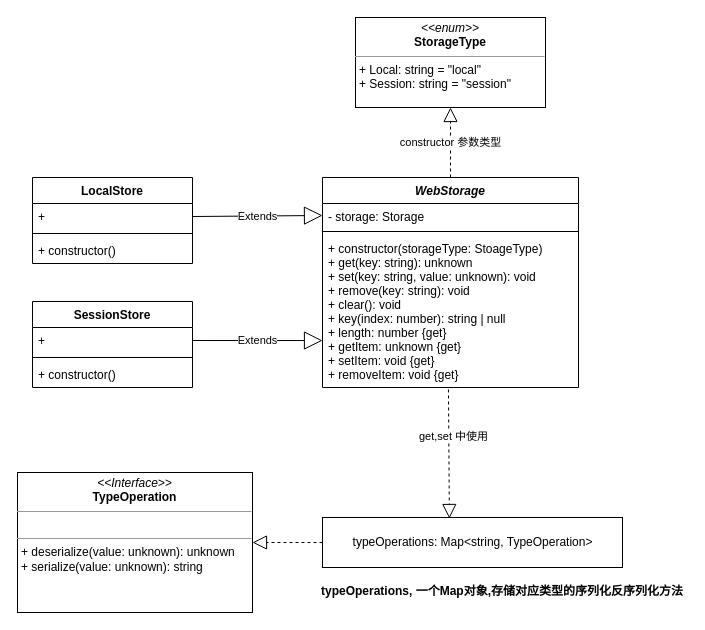
chengbotao/web-storage-adapter keeps this draw.io diagram as webStorage.dio. Above is the earlier version. Source tidied: cells renumbered, new cells numbered last; positions are measured from the earlier drawing's top-left corner, leaving out a move shared by most shapes. Both pictures are drawn from the tidied source at 100%, with x=0, y=0 at pixel (17, 17).
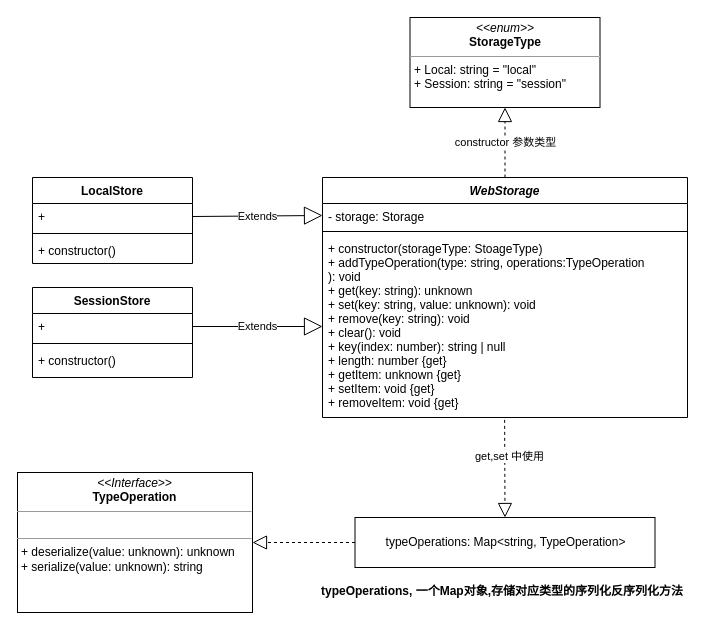
The same diagram, later.

Unchanged cells that the change refers to:
```xml
<mxCell id="7" value="+ " style="text;strokeColor=none;fillColor=none;align=left;verticalAlign=top;spacingLeft=4;spacingRight=4;overflow=hidden;points=[[0,0.5],[1,0.5]];portConstraint=eastwest;" parent="6" vertex="1">
  <mxGeometry y="26" width="160" height="26" as="geometry" />
</mxCell>
```

What changed in the source:
```diff
@@
     <mxCell id="2" value="WebStorage" style="swimlane;fontStyle=3;align=center;verticalAlign=top;horizontal=1;startSize=26;" parent="1" vertex="1">
-      <mxGeometry x="305" y="160" width="256" height="210" as="geometry" />
+      <mxGeometry x="305" y="160" width="365" height="240" as="geometry" />
     </mxCell>
     <mxCell id="3" value="- storage: Storage" style="text;strokeColor=none;fillColor=none;align=left;verticalAlign=top;spacingLeft=4;spacingRight=4;overflow=hidden;points=[[0,0.5],[1,0.5]];portConstraint=eastwest;" parent="2" vertex="1">
-      <mxGeometry y="26" width="256" height="24" as="geometry" />
+      <mxGeometry y="26" width="365" height="24" as="geometry" />
     </mxCell>
     <mxCell id="4" style="line;strokeWidth=1;fillColor=none;align=left;verticalAlign=middle;spacingTop=-1;spacingLeft=3;spacingRight=3;labelPosition=right;strokeColor=inherit;" parent="2" vertex="1">
-      <mxGeometry y="50" width="256" height="8" as="geometry" />
+      <mxGeometry y="50" width="365" height="8" as="geometry" />
     </mxCell>
-    <mxCell id="5" value="+ constructor(storageType: StoageType)&#10;+ get(key: string): unknown&#10;+ set(key: string, value: unknown): void&#10;+ remove(key: string): void&#10;+ clear(): void&#10;+ key(index: number): string | null&#10;+ length: number {get}&#10;+ getItem: unknown {get}&#10;+ setItem: void {get}&#10;+ removeItem: void {get}&#10;" style="text;strokeColor=none;fillColor=none;align=left;verticalAlign=top;spacingLeft=4;spacingRight=4;overflow=hidden;points=[[0,0.5],[1,0.5]];portConstraint=eastwest;" parent="2" vertex="1">
-      <mxGeometry y="58" width="256" height="152" as="geometry" />
+    <mxCell id="5" value="+ constructor(storageType: StoageType)&#10;+ addTypeOperation(type: string, operations:TypeOperation&#10;): void&#10;+ get(key: string): unknown&#10;+ set(key: string, value: unknown): void&#10;+ remove(key: string): void&#10;+ clear(): void&#10;+ key(index: number): string | null&#10;+ length: number {get}&#10;+ getItem: unknown {get}&#10;+ setItem: void {get}&#10;+ removeItem: void {get}&#10;" style="text;strokeColor=none;fillColor=none;align=left;verticalAlign=top;spacingLeft=4;spacingRight=4;overflow=hidden;points=[[0,0.5],[1,0.5]];portConstraint=eastwest;" parent="2" vertex="1">
+      <mxGeometry y="58" width="365" height="182" as="geometry" />
     </mxCell>
     <mxCell id="6" value="SessionStore" style="swimlane;fontStyle=1;align=center;verticalAlign=top;horizontal=1;startSize=26;" parent="1" vertex="1">
-      <mxGeometry x="15" y="284" width="160" height="86" as="geometry" />
+      <mxGeometry x="15" y="270" width="160" height="90" as="geometry" />
     </mxCell>
@@
     <mxCell id="9" value="+ constructor()" style="text;strokeColor=none;fillColor=none;align=left;verticalAlign=top;spacingLeft=4;spacingRight=4;overflow=hidden;" parent="6" vertex="1">
-      <mxGeometry y="60" width="160" height="26" as="geometry" />
+      <mxGeometry y="60" width="160" height="30" as="geometry" />
     </mxCell>
@@
-    <mxCell id="15" value="Extends" style="endArrow=block;endSize=16;endFill=0;html=1;exitX=1;exitY=0.5;exitDx=0;exitDy=0;entryX=0;entryY=0.691;entryDx=0;entryDy=0;entryPerimeter=0;" parent="1" edge="1" source="7" target="5">
+    <mxCell id="15" value="Extends" style="endArrow=block;endSize=16;endFill=0;html=1;exitX=1;exitY=0.5;exitDx=0;exitDy=0;entryX=0;entryY=0.5;entryDx=0;entryDy=0;" parent="1" edge="1" source="7" target="5">
       <mxGeometry relative="1" as="geometry" />
     </mxCell>
     <mxCell id="16" value="&lt;p style=&quot;margin:0px;margin-top:4px;text-align:center;&quot;&gt;&lt;i&gt;&amp;lt;&amp;lt;enum&amp;gt;&amp;gt;&lt;/i&gt;&lt;br&gt;&lt;b&gt;StorageType&lt;/b&gt;&lt;/p&gt;&lt;hr size=&quot;1&quot;&gt;&lt;p style=&quot;margin:0px;margin-left:4px;&quot;&gt;+ Local: string = &quot;local&quot;&lt;br&gt;+ Session: string = &quot;session&quot;&lt;/p&gt;&lt;p style=&quot;margin:0px;margin-left:4px;&quot;&gt;&lt;br&gt;&lt;/p&gt;" style="verticalAlign=top;align=left;overflow=fill;fontSize=12;fontFamily=Helvetica;html=1;" parent="1" vertex="1">
-      <mxGeometry x="338" width="190" height="90" as="geometry" />
+      <mxGeometry x="392.5" width="190" height="90" as="geometry" />
     </mxCell>
     <mxCell id="17" value="typeOperations: Map&amp;lt;string, TypeOperation&amp;gt;" style="html=1;" parent="1" vertex="1">
-      <mxGeometry x="305" y="500" width="300" height="50" as="geometry" />
+      <mxGeometry x="337.5" y="500" width="300" height="50" as="geometry" />
     </mxCell>
@@
-    <mxCell id="21" style="endArrow=block;dashed=1;endFill=0;endSize=12;html=1;exitX=0.492;exitY=1.013;exitDx=0;exitDy=0;exitPerimeter=0;entryX=0.423;entryY=0.02;entryDx=0;entryDy=0;entryPerimeter=0;" parent="1" edge="1" source="5" target="17">
+    <mxCell id="21" style="endArrow=block;dashed=1;endFill=0;endSize=12;html=1;entryX=0.5;entryY=0;entryDx=0;entryDy=0;exitX=0.499;exitY=1.013;exitDx=0;exitDy=0;exitPerimeter=0;" parent="1" edge="1" source="5" target="17">
       <mxGeometry relative="1" as="geometry" />
     </mxCell>
```
